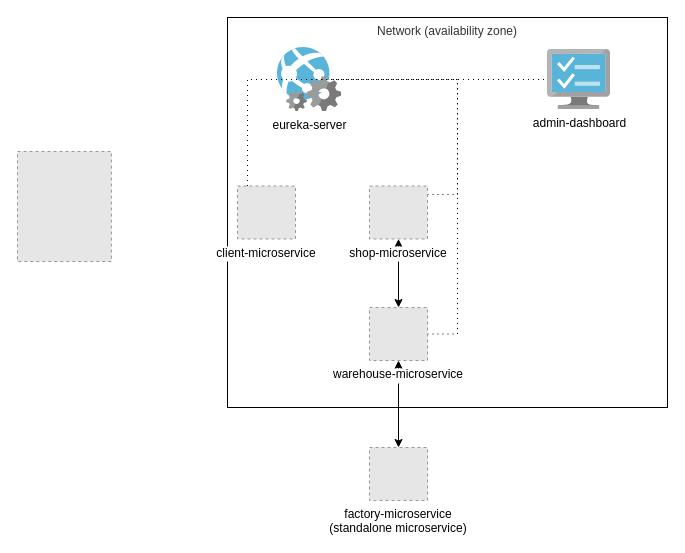
Above: docs/high-level-design-diagram.drawio in maciek1839/spring-cloud-demo (draw.io), before the change. Source tidied: cells renumbered, new cells numbered last; positions are measured from the earlier drawing's top-left corner, leaving out a move shared by most shapes. Both pictures are drawn from the tidied source at 100%, with x=0, y=0 at pixel (17, 17). Pictures stored in the file or linked from it are replaced by grey dashed boxes.
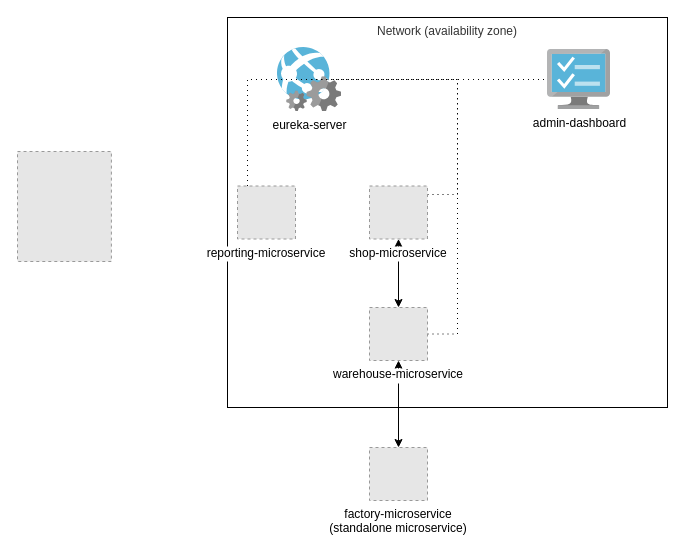
Above is the later version.

What changed in the source:
```diff
@@
-    <mxCell id="7" value="client-microservice" style="fillColor=#E6E6E6;strokeColor=#999999;dashed=1;verticalLabelPosition=bottom;labelBackgroundColor=#ffffff;verticalAlign=top;" parent="1" vertex="1">
+    <mxCell id="7" value="reporting-microservice" style="fillColor=#E6E6E6;strokeColor=#999999;dashed=1;verticalLabelPosition=bottom;labelBackgroundColor=#ffffff;verticalAlign=top;" parent="1" vertex="1">
       <mxGeometry x="220" y="168.5" width="58" height="53" as="geometry" />
     </mxCell>
```
